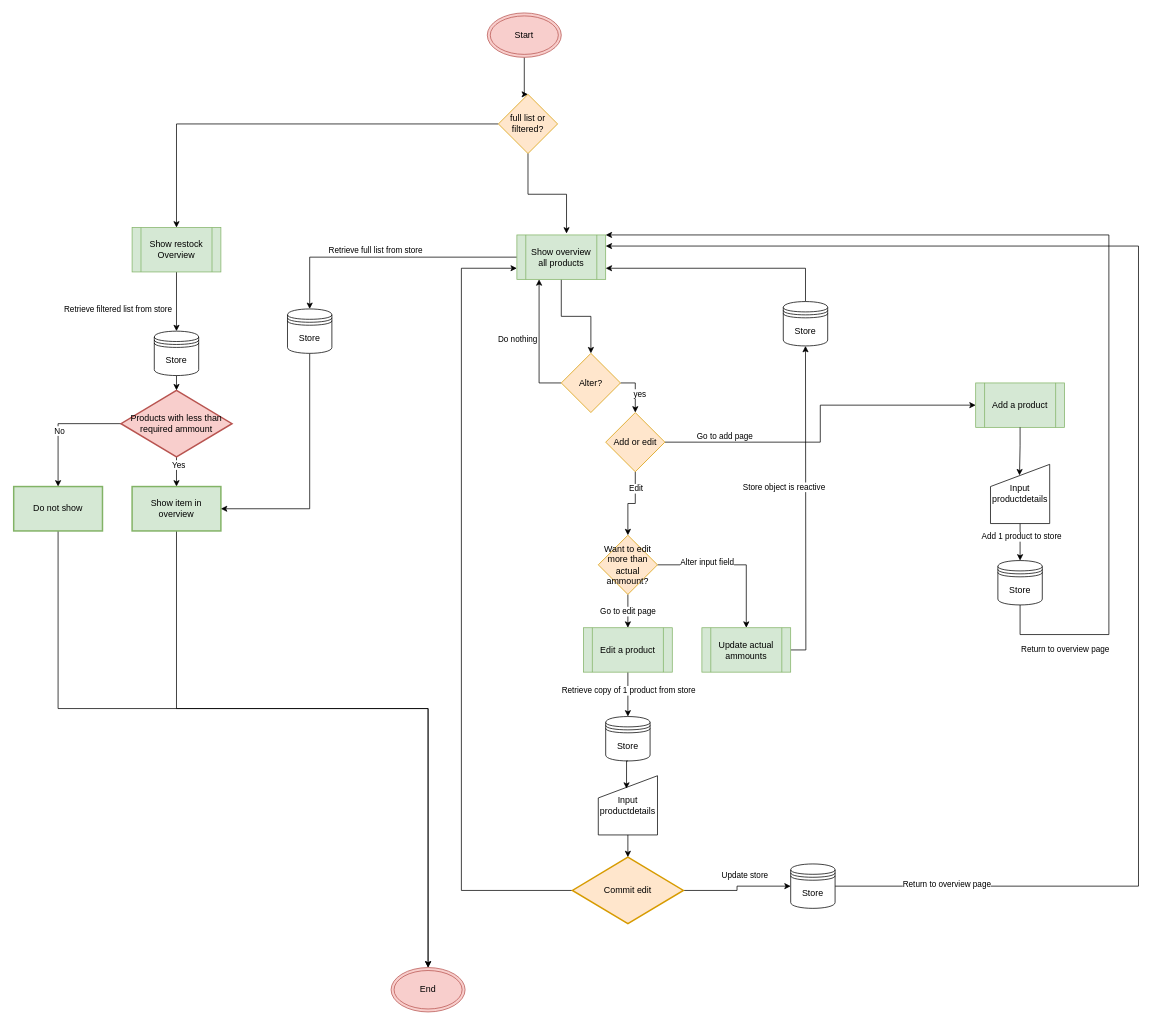
This is page "Pagina-1" (1 of 2) of flowchart inventarissysteem.drawio from Marc-Elz/vue-inventaris-systeem, a draw.io file, before an edit. Source tidied: cells renumbered, new cells numbered last; positions are measured from the earlier drawing's top-left corner, leaving out a move shared by most shapes. Both pictures are drawn from the tidied source at 74%, with x=0, y=0 at pixel (13, 13).
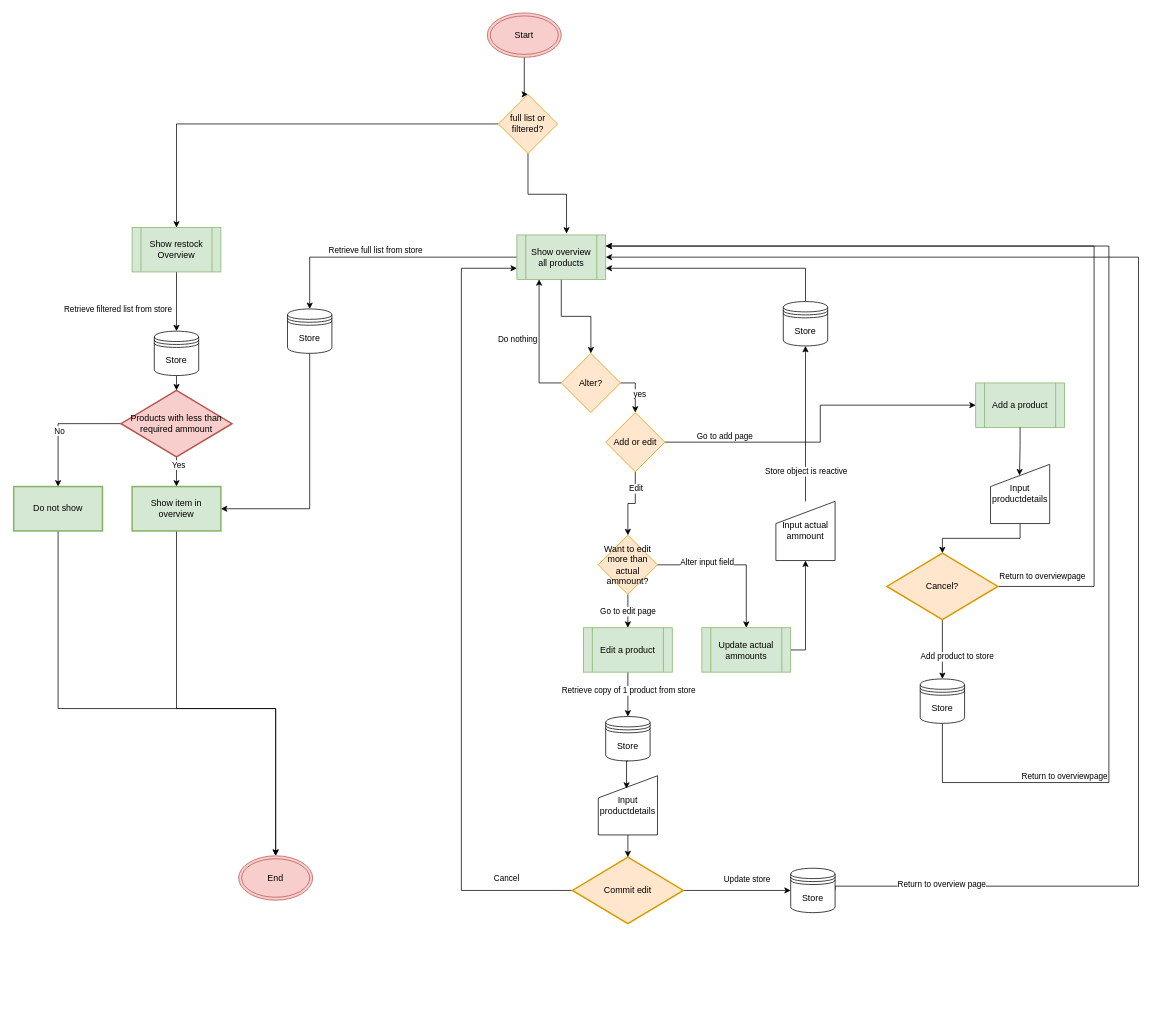
Above is the later version.

Commit message:
flowchart update cancel buttons

The change refers to these unchanged cells:
```xml
<mxCell id="19" value="Show item in overview" style="whiteSpace=wrap;html=1;strokeWidth=2;fillColor=#d5e8d4;strokeColor=#82b366;" parent="1" vertex="1">
  <mxGeometry x="160" y="640" width="120" height="60" as="geometry" />
</mxCell>
<mxCell id="21" value="Do not show" style="whiteSpace=wrap;html=1;strokeWidth=2;fillColor=#d5e8d4;strokeColor=#82b366;" parent="1" vertex="1">
  <mxGeometry y="640" width="120" height="60" as="geometry" />
</mxCell>
<mxCell id="32" value="Show overview all products" style="shape=process;whiteSpace=wrap;html=1;backgroundOutline=1;fillColor=#d5e8d4;strokeColor=#82b366;" parent="1" vertex="1">
  <mxGeometry x="680" y="300" width="120" height="60" as="geometry" />
</mxCell>
<mxCell id="35" value="Update actual ammounts" style="shape=process;whiteSpace=wrap;html=1;backgroundOutline=1;fillColor=#d5e8d4;strokeColor=#82b366;" parent="1" vertex="1">
  <mxGeometry x="930" y="830.8" width="120" height="60" as="geometry" />
</mxCell>
<mxCell id="38" style="edgeStyle=orthogonalEdgeStyle;rounded=0;jettySize=auto;html=1;entryX=0;entryY=0.75;entryDx=0;entryDy=0;exitX=0;exitY=0.5;exitDx=0;exitDy=0;exitPerimeter=0;" parent="1" edge="1" source="39" target="32">
  <mxGeometry relative="1" as="geometry">
    <Array as="points">
      <mxPoint x="605" y="345" />
    </Array>
  </mxGeometry>
</mxCell>
<mxCell id="54" value="Input productdetails" style="shape=manualInput;whiteSpace=wrap;html=1;" parent="1" vertex="1">
  <mxGeometry x="1320" y="610" width="80" height="80" as="geometry" />
</mxCell>
```

Change to the diagram source:
```diff
@@
     <mxCell id="5" value="End" style="ellipse;shape=doubleEllipse;whiteSpace=wrap;html=1;fillColor=#f8cecc;strokeColor=#b85450;" parent="1" vertex="1">
-      <mxGeometry x="510" y="1290" width="100" height="60" as="geometry" />
+      <mxGeometry x="304" y="1139" width="100" height="60" as="geometry" />
     </mxCell>
-    <mxCell id="6" style="edgeStyle=orthogonalEdgeStyle;rounded=0;jettySize=auto;html=1;exitX=0.5;exitY=1;exitDx=0;exitDy=0;entryX=0.5;entryY=0;entryDx=0;entryDy=0;" parent="1" edge="1" source="54" target="42">
+    <mxCell id="6" style="edgeStyle=orthogonalEdgeStyle;rounded=0;jettySize=auto;html=1;exitX=0.5;exitY=1;exitDx=0;exitDy=0;entryX=0.5;entryY=0;entryDx=0;entryDy=0;entryPerimeter=0;" parent="1" edge="1" source="54" target="76">
       <mxGeometry relative="1" as="geometry" />
     </mxCell>
-    <mxCell id="7" value="Add 1 product to store" style="edgeLabel;html=1;align=center;verticalAlign=middle;" parent="6" vertex="1">
-      <mxGeometry x="-0.31" y="1" relative="1" as="geometry" />
+    <mxCell id="7" value="Return to overviewpage" style="edgeLabel;html=1;align=center;verticalAlign=middle;" parent="6" vertex="1">
+      <mxGeometry x="-0.31" y="1" relative="1" as="geometry">
+        <mxPoint x="89" y="320" as="offset" />
+      </mxGeometry>
     </mxCell>
@@
     <mxCell id="18" style="edgeStyle=orthogonalEdgeStyle;rounded=0;jettySize=auto;html=1;exitX=0.5;exitY=1;exitDx=0;exitDy=0;entryX=0.5;entryY=0;entryDx=0;entryDy=0;" parent="1" edge="1" source="19" target="5">
       <mxGeometry relative="1" as="geometry">
         <Array as="points">
           <mxPoint x="220" y="940" />
-          <mxPoint x="560" y="940" />
+          <mxPoint x="354" y="940" />
         </Array>
       </mxGeometry>
     </mxCell>
@@
     <mxCell id="20" style="edgeStyle=orthogonalEdgeStyle;rounded=0;jettySize=auto;html=1;exitX=0.5;exitY=1;exitDx=0;exitDy=0;entryX=0.5;entryY=0;entryDx=0;entryDy=0;" parent="1" edge="1" source="21" target="5">
       <mxGeometry relative="1" as="geometry">
         <Array as="points">
           <mxPoint x="60" y="940" />
-          <mxPoint x="560" y="940" />
+          <mxPoint x="354" y="940" />
         </Array>
       </mxGeometry>
     </mxCell>
@@
-    <mxCell id="33" style="edgeStyle=orthogonalEdgeStyle;rounded=0;jettySize=auto;html=1;exitX=1;exitY=0.5;exitDx=0;exitDy=0;" parent="1" edge="1" source="35">
+    <mxCell id="33" style="edgeStyle=orthogonalEdgeStyle;rounded=0;jettySize=auto;html=1;exitX=0.5;exitY=0;exitDx=0;exitDy=0;" parent="1" edge="1" source="72">
       <mxGeometry relative="1" as="geometry">
         <mxPoint x="1070" y="450" as="targetPoint" />
       </mxGeometry>
     </mxCell>
     <mxCell id="34" value="Store object is reactive" style="edgeLabel;html=1;align=center;verticalAlign=middle;" parent="33" vertex="1">
       <mxGeometry x="0.25" y="-2" relative="1" as="geometry">
-        <mxPoint x="-32" y="29" as="offset" />
+        <mxPoint x="-2" y="91" as="offset" />
       </mxGeometry>
     </mxCell>
+    <mxCell id="70" style="edgeStyle=orthogonalEdgeStyle;rounded=0;jettySize=auto;html=1;exitX=1;exitY=0.5;exitDx=0;exitDy=0;entryX=0.5;entryY=1;entryDx=0;entryDy=0;" parent="1" edge="1" source="35" target="72">
+      <mxGeometry relative="1" as="geometry" />
+    </mxCell>
@@
+    <mxCell id="71" value="Cancel" style="edgeLabel;html=1;align=center;verticalAlign=middle;" parent="38" vertex="1">
+      <mxGeometry x="-0.83" y="2" relative="1" as="geometry">
+        <mxPoint x="1" y="-19" as="offset" />
+      </mxGeometry>
+    </mxCell>
@@
-    <mxCell id="40" style="edgeStyle=orthogonalEdgeStyle;rounded=0;jettySize=auto;html=1;exitX=0.5;exitY=1;exitDx=0;exitDy=0;entryX=1;entryY=0;entryDx=0;entryDy=0;" parent="1" edge="1" source="42" target="32">
-      <mxGeometry relative="1" as="geometry">
-        <Array as="points">
-          <mxPoint x="1360" y="840" />
-          <mxPoint x="1480" y="840" />
-          <mxPoint x="1480" y="300" />
-        </Array>
-      </mxGeometry>
-    </mxCell>
-    <mxCell id="41" value="Return to overview page" style="edgeLabel;html=1;align=center;verticalAlign=middle;" parent="40" vertex="1">
-      <mxGeometry x="-0.74" y="-3" relative="1" as="geometry">
-        <mxPoint x="-63" y="38" as="offset" />
-      </mxGeometry>
-    </mxCell>
-    <mxCell id="42" value="Store" style="shape=datastore;whiteSpace=wrap;html=1;" parent="1" vertex="1">
-      <mxGeometry x="1330" y="740" width="60" height="60" as="geometry" />
-    </mxCell>
@@
-    <mxCell id="57" style="edgeStyle=orthogonalEdgeStyle;rounded=0;jettySize=auto;html=1;exitX=1;exitY=0.5;exitDx=0;exitDy=0;entryX=1;entryY=0.25;entryDx=0;entryDy=0;" parent="1" edge="1" source="59" target="32">
+    <mxCell id="57" style="edgeStyle=orthogonalEdgeStyle;rounded=0;jettySize=auto;html=1;entryX=1;entryY=0.25;entryDx=0;entryDy=0;exitX=1;exitY=0.5;exitDx=0;exitDy=0;" parent="1" edge="1" source="59">
       <mxGeometry relative="1" as="geometry">
+        <mxPoint x="800" y="330" as="targetPoint" />
         <Array as="points">
+          <mxPoint x="1110" y="1180" />
           <mxPoint x="1520" y="1180" />
-          <mxPoint x="1520" y="315" />
+          <mxPoint x="1520" y="330" />
         </Array>
       </mxGeometry>
     </mxCell>
@@
     <mxCell id="59" value="Store" style="shape=datastore;whiteSpace=wrap;html=1;" parent="1" vertex="1">
-      <mxGeometry x="1050" y="1150" width="60" height="60" as="geometry" />
+      <mxGeometry x="1050" y="1155.8" width="60" height="60" as="geometry" />
     </mxCell>
@@
+    <mxCell id="72" value="Input actual ammount" style="shape=manualInput;whiteSpace=wrap;html=1;" parent="1" vertex="1">
+      <mxGeometry x="1030" y="660" width="80" height="80" as="geometry" />
+    </mxCell>
+    <mxCell id="73" value="Add product to store" style="edgeStyle=orthogonalEdgeStyle;rounded=0;jettySize=auto;html=1;entryX=0.5;entryY=0;entryDx=0;entryDy=0;" parent="1" edge="1" source="76" target="42">
+      <mxGeometry x="0.24" y="20" relative="1" as="geometry" />
+    </mxCell>
+    <mxCell id="74" style="edgeStyle=orthogonalEdgeStyle;rounded=0;jettySize=auto;html=1;exitX=1;exitY=0.5;exitDx=0;exitDy=0;exitPerimeter=0;entryX=1;entryY=0.25;entryDx=0;entryDy=0;" parent="1" edge="1" source="76" target="32">
+      <mxGeometry relative="1" as="geometry">
+        <Array as="points">
+          <mxPoint x="1460" y="775" />
+          <mxPoint x="1460" y="315" />
+        </Array>
+      </mxGeometry>
+    </mxCell>
+    <mxCell id="75" value="Return to overviewpage" style="edgeLabel;html=1;align=center;verticalAlign=middle;" parent="74" vertex="1">
+      <mxGeometry x="-0.93" relative="1" as="geometry">
+        <mxPoint x="15" y="-15" as="offset" />
+      </mxGeometry>
+    </mxCell>
+    <mxCell id="76" value="Cancel?" style="strokeWidth=2;html=1;shape=mxgraph.flowchart.decision;whiteSpace=wrap;fillColor=#ffe6cc;strokeColor=#d79b00;" parent="1" vertex="1">
+      <mxGeometry x="1180" y="730" width="150" height="90" as="geometry" />
+    </mxCell>
+    <mxCell id="40" style="edgeStyle=orthogonalEdgeStyle;rounded=0;jettySize=auto;html=1;exitX=0.5;exitY=1;exitDx=0;exitDy=0;entryX=1;entryY=0.25;entryDx=0;entryDy=0;" parent="1" edge="1" source="42" target="32">
+      <mxGeometry relative="1" as="geometry">
+        <Array as="points">
+          <mxPoint x="1255" y="1040" />
+          <mxPoint x="1480" y="1040" />
+          <mxPoint x="1480" y="315" />
+        </Array>
+      </mxGeometry>
+    </mxCell>
+    <mxCell id="42" value="Store" style="shape=datastore;whiteSpace=wrap;html=1;" parent="1" vertex="1">
+      <mxGeometry x="1225" y="900" width="60" height="60" as="geometry" />
+    </mxCell>
```
